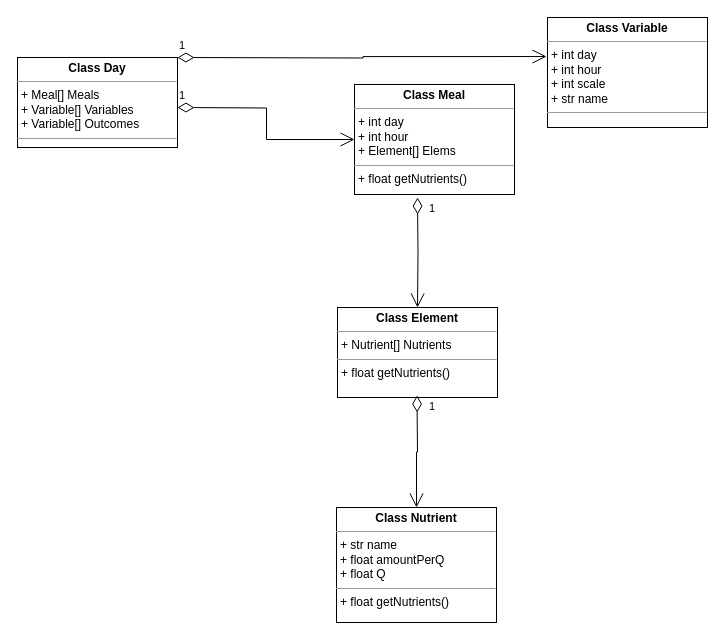
This is Class Diagram.drawio from Norange01/Prospective-Nutritional-Study, a draw.io file, before an edit. Source tidied: cells renumbered, new cells numbered last; positions are measured from the earlier drawing's top-left corner, leaving out a move shared by most shapes. Both pictures are drawn from the tidied source at 100%, with x=0, y=0 at pixel (17, 17).
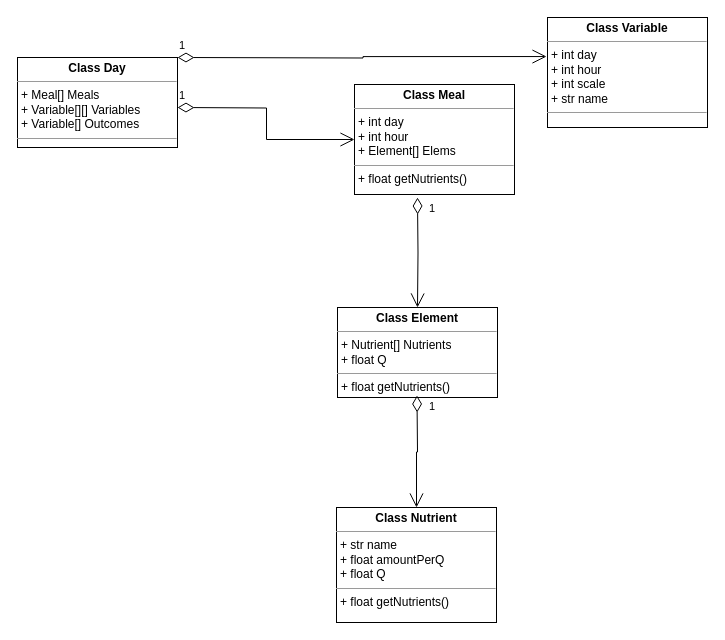
The same page after the edit.

Commit message (it also covers changes not shown here):
Adds constructors, methods, and variables

The edit, as a diff of the source:
```diff
@@
 <mxGraphModel>
   <root>
     <mxCell id="0" />
     <mxCell id="1" parent="0" />
     <mxCell id="2" value="&lt;p style=&quot;margin:0px;margin-top:4px;text-align:center;&quot;&gt;&lt;b&gt;Class Meal&lt;br&gt;&lt;/b&gt;&lt;/p&gt;&lt;hr size=&quot;1&quot;&gt;&lt;p style=&quot;margin:0px;margin-left:4px;&quot;&gt;+ int day&lt;br&gt;+ int hour&lt;br&gt;+ Element[] Elems&lt;br&gt;&lt;/p&gt;&lt;hr size=&quot;1&quot;&gt;&lt;p style=&quot;margin:0px;margin-left:4px;&quot;&gt;+ float getNutrients()&lt;br&gt;&lt;/p&gt;" style="verticalAlign=top;align=left;overflow=fill;fontSize=12;fontFamily=Helvetica;html=1;" parent="1" vertex="1">
       <mxGeometry x="337" y="67" width="160" height="110" as="geometry" />
     </mxCell>
-    <mxCell id="3" value="&lt;p style=&quot;margin:0px;margin-top:4px;text-align:center;&quot;&gt;&lt;b&gt;Class Element&lt;br&gt;&lt;/b&gt;&lt;/p&gt;&lt;hr size=&quot;1&quot;&gt;&lt;p style=&quot;margin:0px;margin-left:4px;&quot;&gt;+ Nutrient[] Nutrients&lt;br&gt;&lt;/p&gt;&lt;hr size=&quot;1&quot;&gt;&lt;p style=&quot;margin:0px;margin-left:4px;&quot;&gt;+ float getNutrients()&lt;br&gt;&lt;/p&gt;" style="verticalAlign=top;align=left;overflow=fill;fontSize=12;fontFamily=Helvetica;html=1;" parent="1" vertex="1">
+    <mxCell id="3" value="&lt;p style=&quot;margin: 0px ; margin-top: 4px ; text-align: center&quot;&gt;&lt;b&gt;Class Element&lt;br&gt;&lt;/b&gt;&lt;/p&gt;&lt;hr size=&quot;1&quot;&gt;&lt;p style=&quot;margin: 0px ; margin-left: 4px&quot;&gt;+ Nutrient[] Nutrients&lt;br&gt;+ float Q&lt;/p&gt;&lt;hr size=&quot;1&quot;&gt;&lt;p style=&quot;margin: 0px ; margin-left: 4px&quot;&gt;+ float getNutrients()&lt;br&gt;&lt;/p&gt;" style="verticalAlign=top;align=left;overflow=fill;fontSize=12;fontFamily=Helvetica;html=1;" parent="1" vertex="1">
       <mxGeometry x="320" y="290" width="160" height="90" as="geometry" />
     </mxCell>
     <mxCell id="4" value="&lt;p style=&quot;margin:0px;margin-top:4px;text-align:center;&quot;&gt;&lt;b&gt;Class Nutrient&lt;br&gt;&lt;/b&gt;&lt;/p&gt;&lt;hr size=&quot;1&quot;&gt;&lt;p style=&quot;margin:0px;margin-left:4px;&quot;&gt;+ str name&lt;br&gt;+ float amountPerQ&lt;br&gt;+ float Q&lt;br&gt;&lt;/p&gt;&lt;hr size=&quot;1&quot;&gt;&lt;p style=&quot;margin:0px;margin-left:4px;&quot;&gt;+ float getNutrients()&lt;br&gt;&lt;/p&gt;" style="verticalAlign=top;align=left;overflow=fill;fontSize=12;fontFamily=Helvetica;html=1;" parent="1" vertex="1">
       <mxGeometry x="319" y="490" width="160" height="115" as="geometry" />
     </mxCell>
-    <mxCell id="5" value="&lt;p style=&quot;margin:0px;margin-top:4px;text-align:center;&quot;&gt;&lt;b&gt;Class Day&lt;br&gt;&lt;/b&gt;&lt;/p&gt;&lt;hr size=&quot;1&quot;&gt;&lt;p style=&quot;margin:0px;margin-left:4px;&quot;&gt;+ Meal[] Meals&lt;br&gt;+ Variable[] Variables&lt;br&gt;+ Variable[] Outcomes&lt;br&gt;&lt;/p&gt;&lt;hr size=&quot;1&quot;&gt;" style="verticalAlign=top;align=left;overflow=fill;fontSize=12;fontFamily=Helvetica;html=1;" parent="1" vertex="1">
+    <mxCell id="5" value="&lt;p style=&quot;margin: 0px ; margin-top: 4px ; text-align: center&quot;&gt;&lt;b&gt;Class Day&lt;br&gt;&lt;/b&gt;&lt;/p&gt;&lt;hr size=&quot;1&quot;&gt;&lt;p style=&quot;margin: 0px ; margin-left: 4px&quot;&gt;+ Meal[] Meals&lt;br&gt;+ Variable[][] Variables&lt;br&gt;+ Variable[] Outcomes&lt;br&gt;&lt;/p&gt;&lt;hr size=&quot;1&quot;&gt;" style="verticalAlign=top;align=left;overflow=fill;fontSize=12;fontFamily=Helvetica;html=1;" parent="1" vertex="1">
       <mxGeometry y="40" width="160" height="90" as="geometry" />
     </mxCell>
     <mxCell id="6" value="&lt;p style=&quot;margin:0px;margin-top:4px;text-align:center;&quot;&gt;&lt;b&gt;Class Variable&lt;br&gt;&lt;/b&gt;&lt;/p&gt;&lt;hr size=&quot;1&quot;&gt;&lt;p style=&quot;margin:0px;margin-left:4px;&quot;&gt;+ int day&lt;br&gt;+ int hour&lt;br&gt;+ int scale&lt;br&gt;+ str name&lt;br&gt;&lt;/p&gt;&lt;hr size=&quot;1&quot;&gt;&lt;p style=&quot;margin:0px;margin-left:4px;&quot;&gt;&lt;br&gt;&lt;/p&gt;" style="verticalAlign=top;align=left;overflow=fill;fontSize=12;fontFamily=Helvetica;html=1;" parent="1" vertex="1">
       <mxGeometry x="530" width="160" height="110" as="geometry" />
     </mxCell>
     <mxCell id="7" value="1" style="endArrow=open;html=1;endSize=12;startArrow=diamondThin;startSize=14;startFill=0;edgeStyle=orthogonalEdgeStyle;align=left;verticalAlign=bottom;rounded=0;entryX=0;entryY=0.5;entryDx=0;entryDy=0;" parent="1" edge="1" target="2">
       <mxGeometry x="-1" y="3" relative="1" as="geometry">
         <mxPoint x="160" y="90" as="sourcePoint" />
       </mxGeometry>
     </mxCell>
     <mxCell id="8" value="1" style="endArrow=open;html=1;endSize=12;startArrow=diamondThin;startSize=14;startFill=0;edgeStyle=orthogonalEdgeStyle;align=left;verticalAlign=bottom;rounded=0;entryX=0.5;entryY=0;entryDx=0;entryDy=0;" parent="1" edge="1" target="3">
       <mxGeometry x="-0.64" y="10" relative="1" as="geometry">
         <mxPoint x="400" y="180" as="sourcePoint" />
       </mxGeometry>
     </mxCell>
     <mxCell id="9" value="1" style="endArrow=open;html=1;endSize=12;startArrow=diamondThin;startSize=14;startFill=0;edgeStyle=orthogonalEdgeStyle;align=left;verticalAlign=bottom;rounded=0;" parent="1" edge="1" target="4">
       <mxGeometry x="-0.64" y="10" relative="1" as="geometry">
         <mxPoint x="399.5" y="378" as="sourcePoint" />
       </mxGeometry>
     </mxCell>
     <mxCell id="10" value="1" style="endArrow=open;html=1;endSize=12;startArrow=diamondThin;startSize=14;startFill=0;edgeStyle=orthogonalEdgeStyle;align=left;verticalAlign=bottom;rounded=0;entryX=-0.006;entryY=0.355;entryDx=0;entryDy=0;entryPerimeter=0;" parent="1" edge="1" target="6">
       <mxGeometry x="-1" y="3" relative="1" as="geometry">
         <mxPoint x="160" y="40" as="sourcePoint" />
       </mxGeometry>
     </mxCell>
   </root>
 </mxGraphModel>
```
